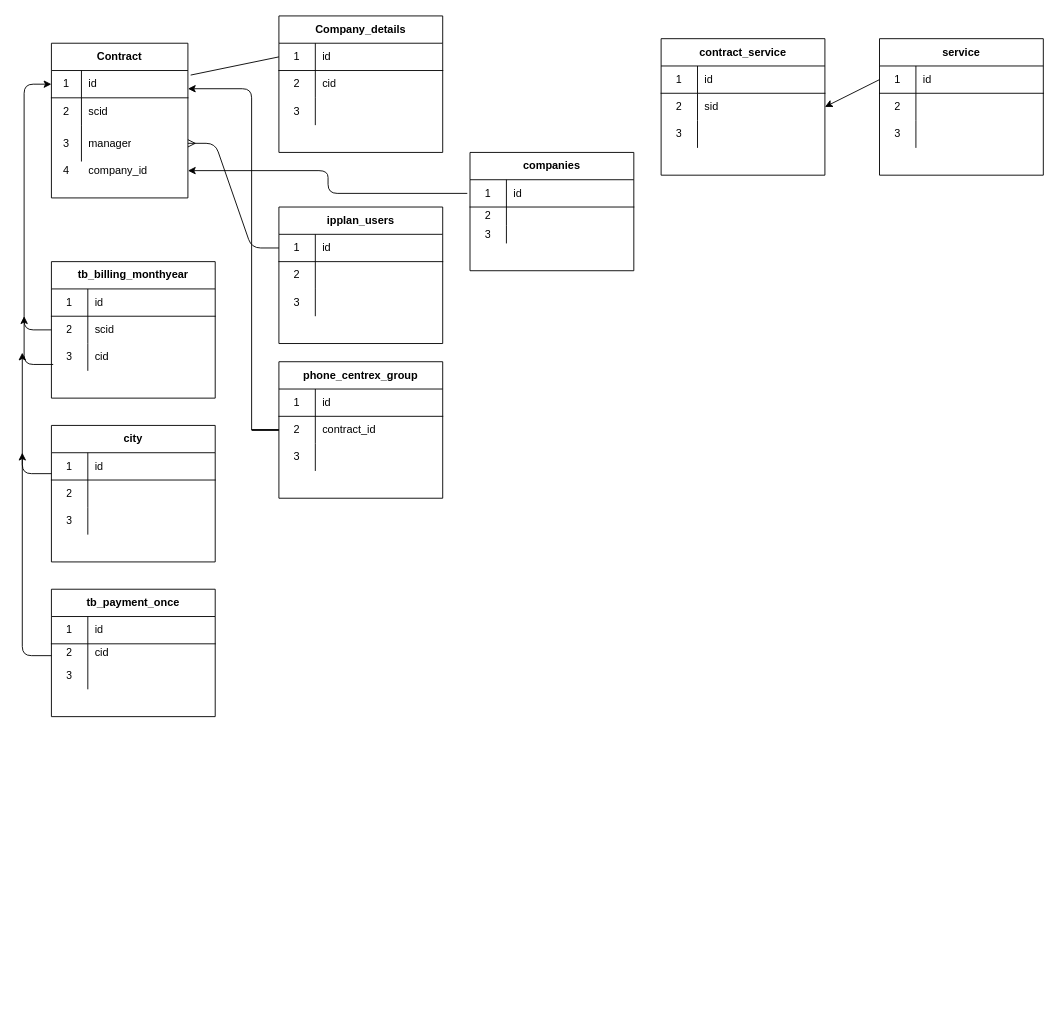
Earlier version of the draw.io diagram Untitled Diagram.drawio (Yelaman0111/DBSCHEMA). Source tidied: cells renumbered, new cells numbered last; positions are measured from the earlier drawing's top-left corner, leaving out a move shared by most shapes. Both pictures are drawn from the tidied source at 91%, with x=0, y=0 at pixel (22, 15).
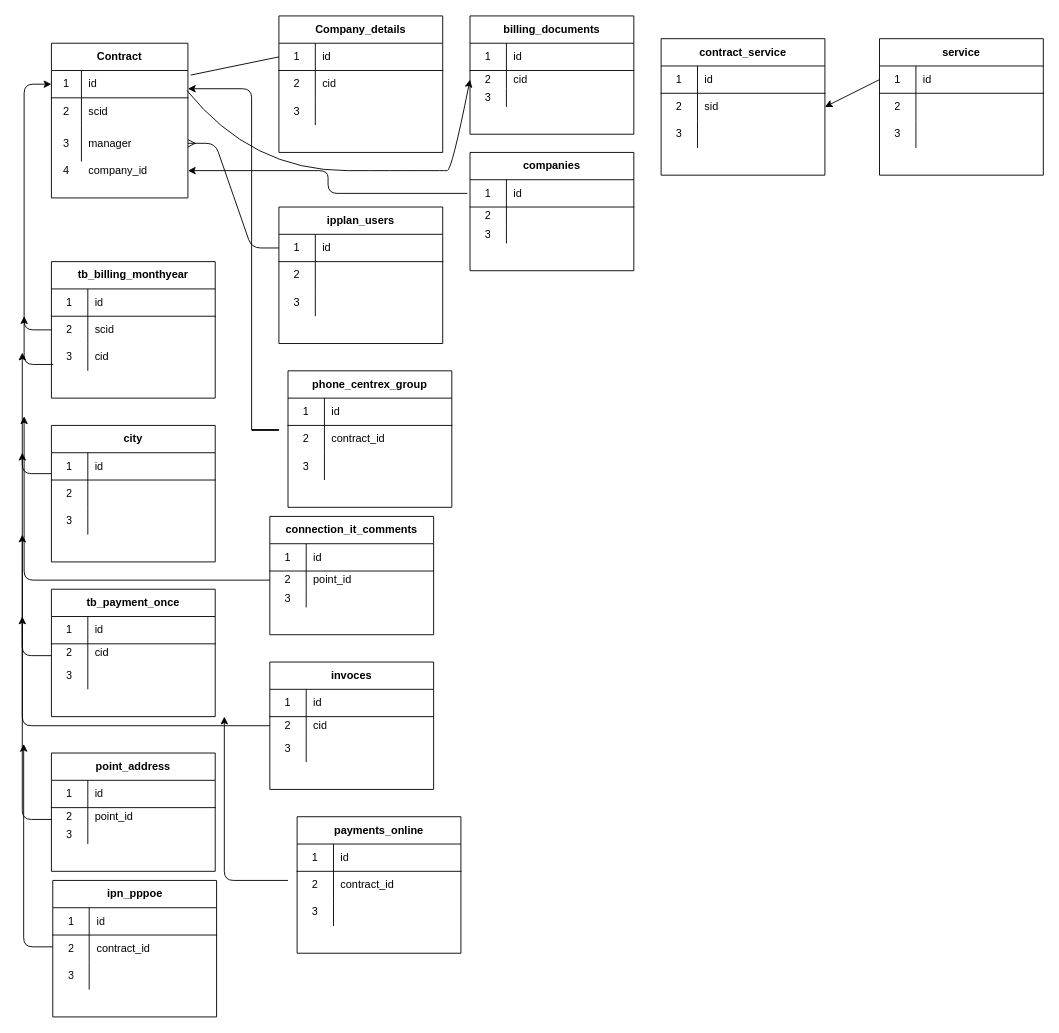
The same page after the edit.

The change refers to these unchanged cells:
```xml
<mxCell id="3" style="shape=partialRectangle;html=1;whiteSpace=wrap;fillColor=none;top=0;left=0;bottom=1;right=0;points=[[0,0.5],[1,0.5]];portConstraint=eastwest;" parent="2" vertex="1">
  <mxGeometry y="30" width="150" height="30" as="geometry" />
</mxCell>
```

Diff of the diagram source:
```diff
@@
-    <mxCell id="32" value="phone_centrex_group" style="shape=table;html=1;whiteSpace=wrap;startSize=30;childLayout=tableLayout;rowLines=0;fontStyle=1;align=center;" parent="1" vertex="1">
-      <mxGeometry x="282" y="380" width="180" height="150" as="geometry" />
+    <mxCell id="32" value="ipn_pppoe" style="shape=table;html=1;whiteSpace=wrap;startSize=30;childLayout=tableLayout;rowLines=0;fontStyle=1;align=center;" parent="1" vertex="1">
+      <mxGeometry x="33.5" y="950" width="180" height="150" as="geometry" />
     </mxCell>
@@
+    <mxCell id="114" value="billing_documents&lt;br&gt;" style="shape=table;html=1;whiteSpace=wrap;startSize=30;childLayout=tableLayout;rowLines=0;fontStyle=1;align=center;" parent="1" vertex="1">
+      <mxGeometry x="492" width="180" height="130" as="geometry" />
+    </mxCell>
+    <mxCell id="115" style="shape=partialRectangle;html=1;whiteSpace=wrap;fillColor=none;top=0;left=0;bottom=1;right=0;" parent="114" vertex="1">
+      <mxGeometry y="30" width="180" height="30" as="geometry" />
+    </mxCell>
+    <mxCell id="116" value="1" style="shape=partialRectangle;html=1;whiteSpace=wrap;fillColor=none;top=0;left=0;bottom=0;right=0;overflow=hidden;" parent="115" vertex="1">
+      <mxGeometry width="40" height="30" as="geometry" />
+    </mxCell>
+    <mxCell id="117" value="id" style="shape=partialRectangle;html=1;whiteSpace=wrap;fillColor=none;top=0;left=0;bottom=0;right=0;align=left;spacingLeft=6;overflow=hidden;" parent="115" vertex="1">
+      <mxGeometry x="40" width="140" height="30" as="geometry" />
+    </mxCell>
+    <mxCell id="118" style="shape=partialRectangle;html=1;whiteSpace=wrap;fillColor=none;top=0;left=0;bottom=0;right=0;points=[[0,0.5],[1,0.5]];portConstraint=eastwest;" parent="114" vertex="1">
+      <mxGeometry y="60" width="180" height="20" as="geometry" />
+    </mxCell>
+    <mxCell id="119" value="2" style="shape=partialRectangle;html=1;whiteSpace=wrap;fillColor=none;top=0;left=0;bottom=0;right=0;overflow=hidden;" parent="118" vertex="1">
+      <mxGeometry width="40" height="20" as="geometry" />
+    </mxCell>
+    <mxCell id="120" value="cid" style="shape=partialRectangle;html=1;whiteSpace=wrap;fillColor=none;top=0;left=0;bottom=0;right=0;align=left;spacingLeft=6;overflow=hidden;" parent="118" vertex="1">
+      <mxGeometry x="40" width="140" height="20" as="geometry" />
+    </mxCell>
+    <mxCell id="121" style="shape=partialRectangle;html=1;whiteSpace=wrap;fillColor=none;top=0;left=0;bottom=0;right=0;" parent="114" vertex="1">
+      <mxGeometry y="80" width="180" height="20" as="geometry" />
+    </mxCell>
+    <mxCell id="122" value="3" style="shape=partialRectangle;html=1;whiteSpace=wrap;fillColor=none;top=0;left=0;bottom=0;right=0;overflow=hidden;" parent="121" vertex="1">
+      <mxGeometry width="40" height="20" as="geometry" />
+    </mxCell>
+    <mxCell id="123" style="shape=partialRectangle;html=1;whiteSpace=wrap;fillColor=none;top=0;left=0;bottom=0;right=0;align=left;spacingLeft=6;overflow=hidden;" parent="121" vertex="1">
+      <mxGeometry x="40" width="140" height="20" as="geometry" />
+    </mxCell>
+    <mxCell id="124" style="curved=1;endArrow=classic;html=1;exitX=0.993;exitY=0.733;exitDx=0;exitDy=0;exitPerimeter=0;entryX=0;entryY=0.5;entryDx=0;entryDy=0;" parent="1" edge="1" source="3" target="118">
+      <mxGeometry relative="1" as="geometry">
+        <Array as="points">
+          <mxPoint x="252" y="170" />
+          <mxPoint x="462" y="170" />
+          <mxPoint x="472" y="170" />
+        </Array>
+      </mxGeometry>
+    </mxCell>
+    <mxCell id="125" value="connection_it_comments" style="shape=table;html=1;whiteSpace=wrap;startSize=30;childLayout=tableLayout;rowLines=0;fontStyle=1;align=center;" parent="1" vertex="1">
+      <mxGeometry x="272" y="550" width="180" height="130" as="geometry" />
+    </mxCell>
+    <mxCell id="126" style="shape=partialRectangle;html=1;whiteSpace=wrap;fillColor=none;top=0;left=0;bottom=1;right=0;" parent="125" vertex="1">
+      <mxGeometry y="30" width="180" height="30" as="geometry" />
+    </mxCell>
+    <mxCell id="127" value="1" style="shape=partialRectangle;html=1;whiteSpace=wrap;fillColor=none;top=0;left=0;bottom=0;right=0;overflow=hidden;" parent="126" vertex="1">
+      <mxGeometry width="40" height="30" as="geometry" />
+    </mxCell>
+    <mxCell id="128" value="id" style="shape=partialRectangle;html=1;whiteSpace=wrap;fillColor=none;top=0;left=0;bottom=0;right=0;align=left;spacingLeft=6;overflow=hidden;" parent="126" vertex="1">
+      <mxGeometry x="40" width="140" height="30" as="geometry" />
+    </mxCell>
+    <mxCell id="129" style="shape=partialRectangle;html=1;whiteSpace=wrap;fillColor=none;top=0;left=0;bottom=0;right=0;points=[[0,0.5],[1,0.5]];portConstraint=eastwest;" parent="125" vertex="1">
+      <mxGeometry y="60" width="180" height="20" as="geometry" />
+    </mxCell>
+    <mxCell id="130" value="2" style="shape=partialRectangle;html=1;whiteSpace=wrap;fillColor=none;top=0;left=0;bottom=0;right=0;overflow=hidden;" parent="129" vertex="1">
+      <mxGeometry width="40" height="20" as="geometry" />
+    </mxCell>
+    <mxCell id="131" value="point_id&lt;br&gt;" style="shape=partialRectangle;html=1;whiteSpace=wrap;fillColor=none;top=0;left=0;bottom=0;right=0;align=left;spacingLeft=6;overflow=hidden;" parent="129" vertex="1">
+      <mxGeometry x="40" width="140" height="20" as="geometry" />
+    </mxCell>
+    <mxCell id="132" style="shape=partialRectangle;html=1;whiteSpace=wrap;fillColor=none;top=0;left=0;bottom=0;right=0;" parent="125" vertex="1">
+      <mxGeometry y="80" width="180" height="20" as="geometry" />
+    </mxCell>
+    <mxCell id="133" value="3" style="shape=partialRectangle;html=1;whiteSpace=wrap;fillColor=none;top=0;left=0;bottom=0;right=0;overflow=hidden;" parent="132" vertex="1">
+      <mxGeometry width="40" height="20" as="geometry" />
+    </mxCell>
+    <mxCell id="134" style="shape=partialRectangle;html=1;whiteSpace=wrap;fillColor=none;top=0;left=0;bottom=0;right=0;align=left;spacingLeft=6;overflow=hidden;" parent="132" vertex="1">
+      <mxGeometry x="40" width="140" height="20" as="geometry" />
+    </mxCell>
+    <mxCell id="135" style="edgeStyle=segmentEdgeStyle;endArrow=classic;html=1;exitX=0;exitY=0.5;exitDx=0;exitDy=0;" parent="1" edge="1" source="129">
+      <mxGeometry relative="1" as="geometry">
+        <mxPoint x="2" y="440" as="targetPoint" />
+      </mxGeometry>
+    </mxCell>
+    <mxCell id="136" value="point_address&lt;br&gt;" style="shape=table;html=1;whiteSpace=wrap;startSize=30;childLayout=tableLayout;rowLines=0;fontStyle=1;align=center;" parent="1" vertex="1">
+      <mxGeometry x="32" y="810" width="180" height="130" as="geometry" />
+    </mxCell>
+    <mxCell id="137" style="shape=partialRectangle;html=1;whiteSpace=wrap;fillColor=none;top=0;left=0;bottom=1;right=0;" parent="136" vertex="1">
+      <mxGeometry y="30" width="180" height="30" as="geometry" />
+    </mxCell>
+    <mxCell id="138" value="1" style="shape=partialRectangle;html=1;whiteSpace=wrap;fillColor=none;top=0;left=0;bottom=0;right=0;overflow=hidden;" parent="137" vertex="1">
+      <mxGeometry width="40" height="30" as="geometry" />
+    </mxCell>
+    <mxCell id="139" value="id" style="shape=partialRectangle;html=1;whiteSpace=wrap;fillColor=none;top=0;left=0;bottom=0;right=0;align=left;spacingLeft=6;overflow=hidden;" parent="137" vertex="1">
+      <mxGeometry x="40" width="140" height="30" as="geometry" />
+    </mxCell>
+    <mxCell id="140" style="shape=partialRectangle;html=1;whiteSpace=wrap;fillColor=none;top=0;left=0;bottom=0;right=0;" parent="136" vertex="1">
+      <mxGeometry y="60" width="180" height="20" as="geometry" />
+    </mxCell>
+    <mxCell id="141" value="2" style="shape=partialRectangle;html=1;whiteSpace=wrap;fillColor=none;top=0;left=0;bottom=0;right=0;overflow=hidden;" parent="140" vertex="1">
+      <mxGeometry width="40" height="20" as="geometry" />
+    </mxCell>
+    <mxCell id="142" value="point_id&lt;br&gt;" style="shape=partialRectangle;html=1;whiteSpace=wrap;fillColor=none;top=0;left=0;bottom=0;right=0;align=left;spacingLeft=6;overflow=hidden;" parent="140" vertex="1">
+      <mxGeometry x="40" width="140" height="20" as="geometry" />
+    </mxCell>
+    <mxCell id="143" style="shape=partialRectangle;html=1;whiteSpace=wrap;fillColor=none;top=0;left=0;bottom=0;right=0;" parent="136" vertex="1">
+      <mxGeometry y="80" width="180" height="20" as="geometry" />
+    </mxCell>
+    <mxCell id="144" value="3" style="shape=partialRectangle;html=1;whiteSpace=wrap;fillColor=none;top=0;left=0;bottom=0;right=0;overflow=hidden;" parent="143" vertex="1">
+      <mxGeometry width="40" height="20" as="geometry" />
+    </mxCell>
+    <mxCell id="145" style="shape=partialRectangle;html=1;whiteSpace=wrap;fillColor=none;top=0;left=0;bottom=0;right=0;align=left;spacingLeft=6;overflow=hidden;" parent="143" vertex="1">
+      <mxGeometry x="40" width="140" height="20" as="geometry" />
+    </mxCell>
+    <mxCell id="146" style="edgeStyle=segmentEdgeStyle;endArrow=classic;html=1;exitX=0.011;exitY=0.767;exitDx=0;exitDy=0;exitPerimeter=0;" parent="1" edge="1">
+      <mxGeometry relative="1" as="geometry">
+        <mxPoint x="32" y="883" as="sourcePoint" />
+        <mxPoint y="660" as="targetPoint" />
+      </mxGeometry>
+    </mxCell>
+    <mxCell id="147" value="invoces" style="shape=table;html=1;whiteSpace=wrap;startSize=30;childLayout=tableLayout;rowLines=0;fontStyle=1;align=center;" parent="1" vertex="1">
+      <mxGeometry x="272" y="710" width="180" height="140" as="geometry" />
+    </mxCell>
+    <mxCell id="148" style="shape=partialRectangle;html=1;whiteSpace=wrap;fillColor=none;top=0;left=0;bottom=1;right=0;" parent="147" vertex="1">
+      <mxGeometry y="30" width="180" height="30" as="geometry" />
+    </mxCell>
+    <mxCell id="149" value="1" style="shape=partialRectangle;html=1;whiteSpace=wrap;fillColor=none;top=0;left=0;bottom=0;right=0;overflow=hidden;" parent="148" vertex="1">
+      <mxGeometry width="40" height="30" as="geometry" />
+    </mxCell>
+    <mxCell id="150" value="id" style="shape=partialRectangle;html=1;whiteSpace=wrap;fillColor=none;top=0;left=0;bottom=0;right=0;align=left;spacingLeft=6;overflow=hidden;" parent="148" vertex="1">
+      <mxGeometry x="40" width="140" height="30" as="geometry" />
+    </mxCell>
+    <mxCell id="151" style="shape=partialRectangle;html=1;whiteSpace=wrap;fillColor=none;top=0;left=0;bottom=0;right=0;points=[[0,0.5],[1,0.5]];portConstraint=eastwest;" parent="147" vertex="1">
+      <mxGeometry y="60" width="180" height="20" as="geometry" />
+    </mxCell>
+    <mxCell id="152" value="2" style="shape=partialRectangle;html=1;whiteSpace=wrap;fillColor=none;top=0;left=0;bottom=0;right=0;overflow=hidden;" parent="151" vertex="1">
+      <mxGeometry width="40" height="20" as="geometry" />
+    </mxCell>
+    <mxCell id="153" value="cid" style="shape=partialRectangle;html=1;whiteSpace=wrap;fillColor=none;top=0;left=0;bottom=0;right=0;align=left;spacingLeft=6;overflow=hidden;" parent="151" vertex="1">
+      <mxGeometry x="40" width="140" height="20" as="geometry" />
+    </mxCell>
+    <mxCell id="154" style="shape=partialRectangle;html=1;whiteSpace=wrap;fillColor=none;top=0;left=0;bottom=0;right=0;" parent="147" vertex="1">
+      <mxGeometry y="80" width="180" height="30" as="geometry" />
+    </mxCell>
+    <mxCell id="155" value="3" style="shape=partialRectangle;html=1;whiteSpace=wrap;fillColor=none;top=0;left=0;bottom=0;right=0;overflow=hidden;" parent="154" vertex="1">
+      <mxGeometry width="40" height="30" as="geometry" />
+    </mxCell>
+    <mxCell id="156" style="shape=partialRectangle;html=1;whiteSpace=wrap;fillColor=none;top=0;left=0;bottom=0;right=0;align=left;spacingLeft=6;overflow=hidden;" parent="154" vertex="1">
+      <mxGeometry x="40" width="140" height="30" as="geometry" />
+    </mxCell>
+    <mxCell id="157" style="edgeStyle=segmentEdgeStyle;endArrow=classic;html=1;exitX=0;exitY=0.5;exitDx=0;exitDy=0;" parent="1" edge="1" source="151">
+      <mxGeometry relative="1" as="geometry">
+        <mxPoint y="570" as="targetPoint" />
+      </mxGeometry>
+    </mxCell>
+    <mxCell id="158" value="phone_centrex_group" style="shape=table;html=1;whiteSpace=wrap;startSize=30;childLayout=tableLayout;rowLines=0;fontStyle=1;align=center;" parent="1" vertex="1">
+      <mxGeometry x="292" y="390" width="180" height="150" as="geometry" />
+    </mxCell>
+    <mxCell id="159" style="shape=partialRectangle;html=1;whiteSpace=wrap;fillColor=none;top=0;left=0;bottom=1;right=0;" parent="158" vertex="1">
+      <mxGeometry y="30" width="180" height="30" as="geometry" />
+    </mxCell>
+    <mxCell id="160" value="1" style="shape=partialRectangle;html=1;whiteSpace=wrap;fillColor=none;top=0;left=0;bottom=0;right=0;overflow=hidden;" parent="159" vertex="1">
+      <mxGeometry width="40" height="30" as="geometry" />
+    </mxCell>
+    <mxCell id="161" value="id" style="shape=partialRectangle;html=1;whiteSpace=wrap;fillColor=none;top=0;left=0;bottom=0;right=0;align=left;spacingLeft=6;overflow=hidden;" parent="159" vertex="1">
+      <mxGeometry x="40" width="140" height="30" as="geometry" />
+    </mxCell>
+    <mxCell id="162" style="shape=partialRectangle;html=1;whiteSpace=wrap;fillColor=none;top=0;left=0;bottom=0;right=0;" parent="158" vertex="1">
+      <mxGeometry y="60" width="180" height="30" as="geometry" />
+    </mxCell>
+    <mxCell id="163" value="2" style="shape=partialRectangle;html=1;whiteSpace=wrap;fillColor=none;top=0;left=0;bottom=0;right=0;overflow=hidden;" parent="162" vertex="1">
+      <mxGeometry width="40" height="30" as="geometry" />
+    </mxCell>
+    <mxCell id="164" value="contract_id" style="shape=partialRectangle;html=1;whiteSpace=wrap;fillColor=none;top=0;left=0;bottom=0;right=0;align=left;spacingLeft=6;overflow=hidden;" parent="162" vertex="1">
+      <mxGeometry x="40" width="140" height="30" as="geometry" />
+    </mxCell>
+    <mxCell id="165" style="shape=partialRectangle;html=1;whiteSpace=wrap;fillColor=none;top=0;left=0;bottom=0;right=0;" parent="158" vertex="1">
+      <mxGeometry y="90" width="180" height="30" as="geometry" />
+    </mxCell>
+    <mxCell id="166" value="3" style="shape=partialRectangle;html=1;whiteSpace=wrap;fillColor=none;top=0;left=0;bottom=0;right=0;overflow=hidden;" parent="165" vertex="1">
+      <mxGeometry width="40" height="30" as="geometry" />
+    </mxCell>
+    <mxCell id="167" style="shape=partialRectangle;html=1;whiteSpace=wrap;fillColor=none;top=0;left=0;bottom=0;right=0;align=left;spacingLeft=6;overflow=hidden;" parent="165" vertex="1">
+      <mxGeometry x="40" width="140" height="30" as="geometry" />
+    </mxCell>
+    <mxCell id="168" style="edgeStyle=segmentEdgeStyle;endArrow=classic;html=1;exitX=0.011;exitY=0.767;exitDx=0;exitDy=0;exitPerimeter=0;" parent="1" edge="1">
+      <mxGeometry relative="1" as="geometry">
+        <mxPoint x="33.5" y="1023" as="sourcePoint" />
+        <mxPoint x="1.5" y="800" as="targetPoint" />
+      </mxGeometry>
+    </mxCell>
+    <mxCell id="169" value="payments_online" style="shape=table;html=1;whiteSpace=wrap;startSize=30;childLayout=tableLayout;rowLines=0;fontStyle=1;align=center;" parent="1" vertex="1">
+      <mxGeometry x="302" y="880" width="180" height="150" as="geometry" />
+    </mxCell>
+    <mxCell id="170" style="shape=partialRectangle;html=1;whiteSpace=wrap;fillColor=none;top=0;left=0;bottom=1;right=0;" parent="169" vertex="1">
+      <mxGeometry y="30" width="180" height="30" as="geometry" />
+    </mxCell>
+    <mxCell id="171" value="1" style="shape=partialRectangle;html=1;whiteSpace=wrap;fillColor=none;top=0;left=0;bottom=0;right=0;overflow=hidden;" parent="170" vertex="1">
+      <mxGeometry width="40" height="30" as="geometry" />
+    </mxCell>
+    <mxCell id="172" value="id" style="shape=partialRectangle;html=1;whiteSpace=wrap;fillColor=none;top=0;left=0;bottom=0;right=0;align=left;spacingLeft=6;overflow=hidden;" parent="170" vertex="1">
+      <mxGeometry x="40" width="140" height="30" as="geometry" />
+    </mxCell>
+    <mxCell id="173" style="shape=partialRectangle;html=1;whiteSpace=wrap;fillColor=none;top=0;left=0;bottom=0;right=0;" parent="169" vertex="1">
+      <mxGeometry y="60" width="180" height="30" as="geometry" />
+    </mxCell>
+    <mxCell id="174" value="2" style="shape=partialRectangle;html=1;whiteSpace=wrap;fillColor=none;top=0;left=0;bottom=0;right=0;overflow=hidden;" parent="173" vertex="1">
+      <mxGeometry width="40" height="30" as="geometry" />
+    </mxCell>
+    <mxCell id="175" value="contract_id" style="shape=partialRectangle;html=1;whiteSpace=wrap;fillColor=none;top=0;left=0;bottom=0;right=0;align=left;spacingLeft=6;overflow=hidden;" parent="173" vertex="1">
+      <mxGeometry x="40" width="140" height="30" as="geometry" />
+    </mxCell>
+    <mxCell id="176" style="shape=partialRectangle;html=1;whiteSpace=wrap;fillColor=none;top=0;left=0;bottom=0;right=0;" parent="169" vertex="1">
+      <mxGeometry y="90" width="180" height="30" as="geometry" />
+    </mxCell>
+    <mxCell id="177" value="3" style="shape=partialRectangle;html=1;whiteSpace=wrap;fillColor=none;top=0;left=0;bottom=0;right=0;overflow=hidden;" parent="176" vertex="1">
+      <mxGeometry width="40" height="30" as="geometry" />
+    </mxCell>
+    <mxCell id="178" style="shape=partialRectangle;html=1;whiteSpace=wrap;fillColor=none;top=0;left=0;bottom=0;right=0;align=left;spacingLeft=6;overflow=hidden;" parent="176" vertex="1">
+      <mxGeometry x="40" width="140" height="30" as="geometry" />
+    </mxCell>
+    <mxCell id="179" style="edgeStyle=segmentEdgeStyle;endArrow=classic;html=1;" parent="1" edge="1">
+      <mxGeometry relative="1" as="geometry">
+        <mxPoint x="292" y="950" as="sourcePoint" />
+        <mxPoint x="222" y="770" as="targetPoint" />
+      </mxGeometry>
+    </mxCell>
```
